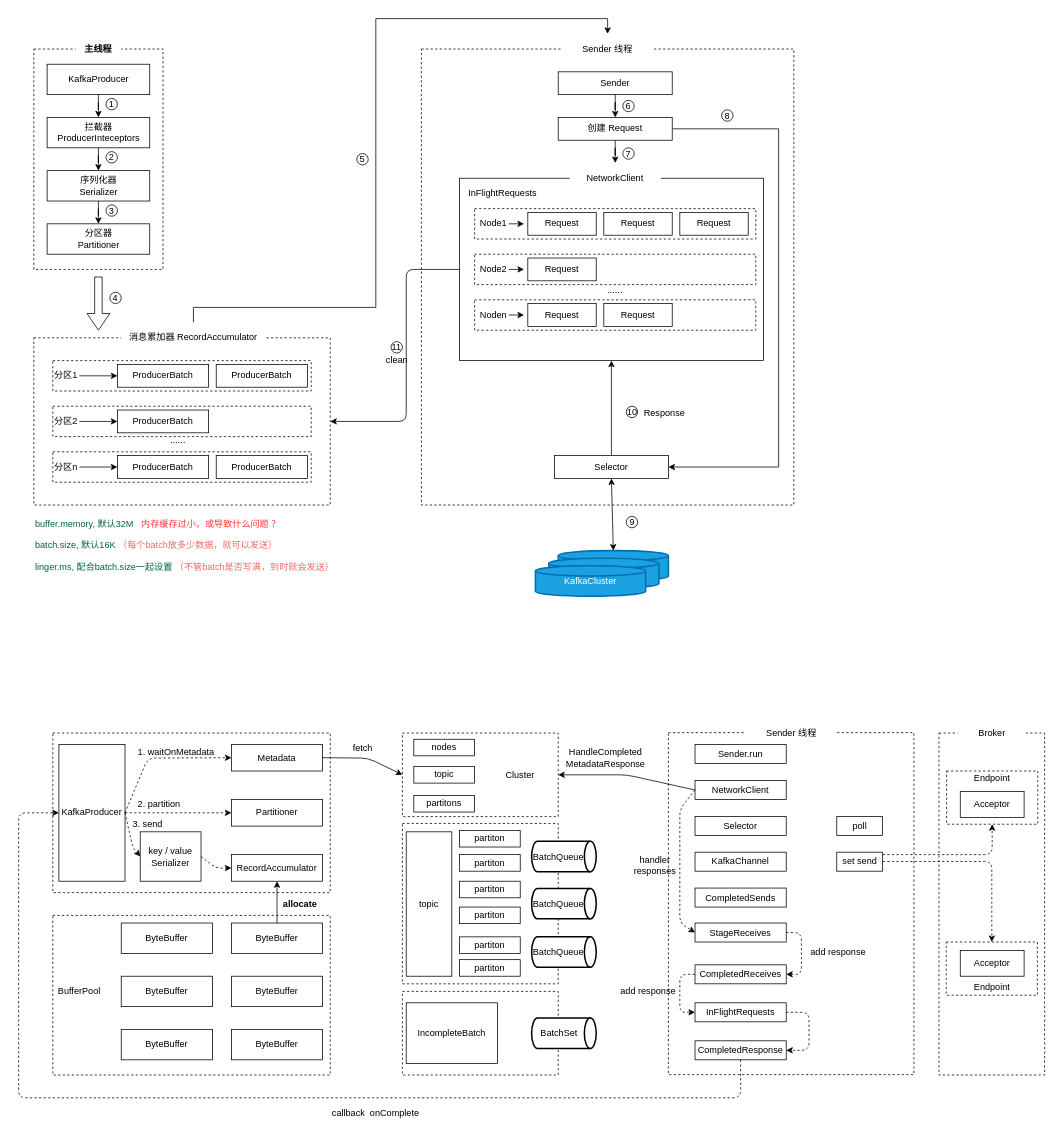
Above: kafka_producer.drawio in zhangyuanyin/bigdata_chars (draw.io), before the change. Source tidied: cells renumbered, new cells numbered last; positions are measured from the earlier drawing's top-left corner, leaving out a move shared by most shapes. Both pictures are drawn from the tidied source at 76%, with x=0, y=0 at pixel (18, 18).
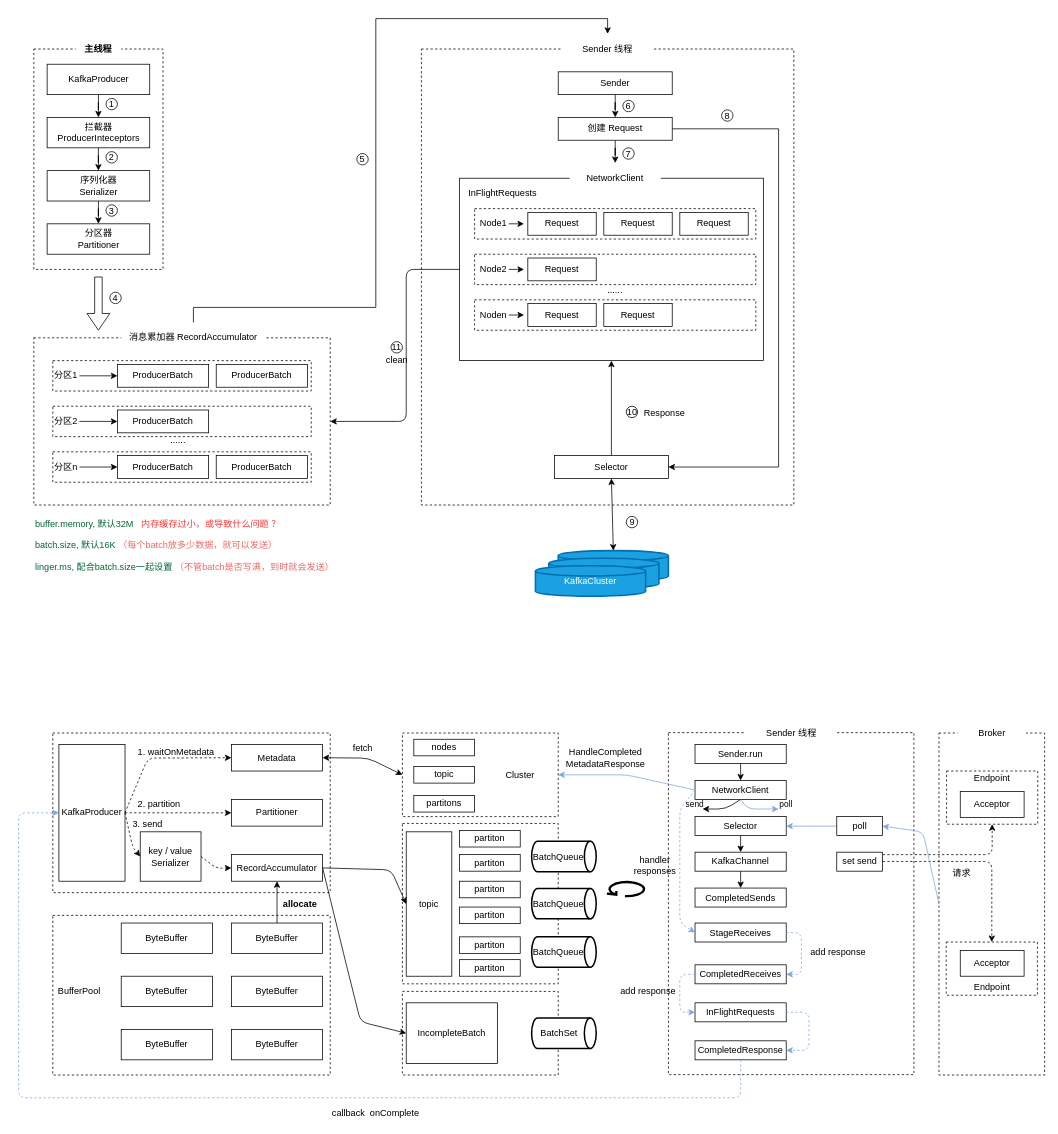
The same page after the edit.

Unchanged cells that the change refers to:
```xml
<mxCell id="79" style="rounded=0;whiteSpace=wrap;html=1;dashed=1;" parent="1" vertex="1">
  <mxGeometry x="505" y="940" width="205" height="110" as="geometry" />
</mxCell>
<mxCell id="83" style="rounded=0;whiteSpace=wrap;html=1;dashed=1;" parent="1" vertex="1">
  <mxGeometry x="1211" y="940" width="139" height="450" as="geometry" />
</mxCell>
<mxCell id="84" value="KafkaProducer" style="rounded=0;whiteSpace=wrap;html=1;" parent="1" vertex="1">
  <mxGeometry x="53" y="955" width="87" height="180" as="geometry" />
</mxCell>
<mxCell id="86" value="Metadata" style="rounded=0;whiteSpace=wrap;html=1;" parent="1" vertex="1">
  <mxGeometry x="280" y="955" width="120" height="35" as="geometry" />
</mxCell>
<mxCell id="88" value="RecordAccumulator" style="rounded=0;whiteSpace=wrap;html=1;" parent="1" vertex="1">
  <mxGeometry x="280" y="1100" width="120" height="35" as="geometry" />
</mxCell>
<mxCell id="109" value="topic" style="rounded=0;whiteSpace=wrap;html=1;" parent="1" vertex="1">
  <mxGeometry x="510" y="1070" width="60" height="190" as="geometry" />
</mxCell>
<mxCell id="119" value="IncompleteBatch" style="rounded=0;whiteSpace=wrap;html=1;" parent="1" vertex="1">
  <mxGeometry x="510" y="1295" width="120" height="80" as="geometry" />
</mxCell>
<mxCell id="122" value="Sender.run" style="rounded=0;whiteSpace=wrap;html=1;" parent="1" vertex="1">
  <mxGeometry x="890" y="955" width="120" height="25" as="geometry" />
</mxCell>
<mxCell id="123" value="NetworkClient" style="rounded=0;whiteSpace=wrap;html=1;" parent="1" vertex="1">
  <mxGeometry x="890" y="1002.5" width="120" height="25" as="geometry" />
</mxCell>
<mxCell id="124" value="Selector" style="rounded=0;whiteSpace=wrap;html=1;" parent="1" vertex="1">
  <mxGeometry x="890" y="1050" width="120" height="25" as="geometry" />
</mxCell>
<mxCell id="125" value="KafkaChannel" style="rounded=0;whiteSpace=wrap;html=1;" parent="1" vertex="1">
  <mxGeometry x="890" y="1096.8" width="120" height="25" as="geometry" />
</mxCell>
<mxCell id="126" value="CompletedSends" style="rounded=0;whiteSpace=wrap;html=1;" parent="1" vertex="1">
  <mxGeometry x="890" y="1144" width="120" height="25" as="geometry" />
</mxCell>
<mxCell id="127" value="StageReceives" style="rounded=0;whiteSpace=wrap;html=1;" parent="1" vertex="1">
  <mxGeometry x="890" y="1190" width="120" height="25" as="geometry" />
</mxCell>
<mxCell id="128" value="CompletedReceives" style="rounded=0;whiteSpace=wrap;html=1;" parent="1" vertex="1">
  <mxGeometry x="890" y="1245" width="120" height="25" as="geometry" />
</mxCell>
<mxCell id="129" value="InFlightRequests" style="rounded=0;whiteSpace=wrap;html=1;" parent="1" vertex="1">
  <mxGeometry x="890" y="1295" width="120" height="25" as="geometry" />
</mxCell>
<mxCell id="130" value="CompletedResponse" style="rounded=0;whiteSpace=wrap;html=1;" parent="1" vertex="1">
  <mxGeometry x="890" y="1345" width="120" height="25" as="geometry" />
</mxCell>
<mxCell id="131" value="poll" style="rounded=0;whiteSpace=wrap;html=1;" parent="1" vertex="1">
  <mxGeometry x="1076.5" y="1050" width="60" height="25" as="geometry" />
</mxCell>
```

Diff of the diagram source:
```diff
@@
+    <mxCell id="155" style="edgeStyle=orthogonalEdgeStyle;rounded=0;jettySize=auto;html=1;entryX=1;entryY=0.5;entryDx=0;entryDy=0;strokeColor=#7EA6E0;" parent="1" edge="1" source="131" target="124">
+      <mxGeometry relative="1" as="geometry" />
+    </mxCell>
@@
-    <mxCell id="140" style="endArrow=classic;html=1;exitX=1;exitY=0.5;exitDx=0;exitDy=0;entryX=0;entryY=0.5;entryDx=0;entryDy=0;" parent="1" edge="1" source="86" target="79">
-      <mxGeometry relative="1" as="geometry">
-        <Array as="points">
-          <mxPoint x="460" y="973" />
-        </Array>
-      </mxGeometry>
-    </mxCell>
@@
-    <mxCell id="142" style="endArrow=classic;html=1;exitX=0;exitY=0.5;exitDx=0;exitDy=0;entryX=1;entryY=0.5;entryDx=0;entryDy=0;" parent="1" edge="1" source="123" target="79">
+    <mxCell id="142" style="endArrow=classic;html=1;exitX=0;exitY=0.5;exitDx=0;exitDy=0;entryX=1;entryY=0.5;entryDx=0;entryDy=0;strokeColor=#7EA6E0;" parent="1" edge="1" source="123" target="79">
       <mxGeometry relative="1" as="geometry">
         <Array as="points">
           <mxPoint x="800" y="995" />
         </Array>
       </mxGeometry>
     </mxCell>
@@
-    <mxCell id="144" style="endArrow=classic;html=1;exitX=0;exitY=0.5;exitDx=0;exitDy=0;entryX=0;entryY=0.5;entryDx=0;entryDy=0;dashed=1;" parent="1" edge="1" source="123" target="127">
+    <mxCell id="144" style="endArrow=classic;html=1;exitX=0;exitY=0.5;exitDx=0;exitDy=0;entryX=0;entryY=0.5;entryDx=0;entryDy=0;dashed=1;strokeColor=#7EA6E0;" parent="1" edge="1" source="123" target="127">
       <mxGeometry relative="1" as="geometry">
         <Array as="points">
           <mxPoint x="870" y="1040" />
           <mxPoint x="870" y="1110" />
           <mxPoint x="870" y="1190" />
         </Array>
       </mxGeometry>
     </mxCell>
@@
-    <mxCell id="146" style="edgeStyle=elbowEdgeStyle;elbow=vertical;endArrow=classic;html=1;dashed=1;exitX=1;exitY=0.5;exitDx=0;exitDy=0;entryX=1;entryY=0.5;entryDx=0;entryDy=0;" parent="1" edge="1" source="127" target="128">
+    <mxCell id="146" style="edgeStyle=elbowEdgeStyle;elbow=vertical;endArrow=classic;html=1;dashed=1;exitX=1;exitY=0.5;exitDx=0;exitDy=0;entryX=1;entryY=0.5;entryDx=0;entryDy=0;strokeColor=#7EA6E0;" parent="1" edge="1" source="127" target="128">
       <mxGeometry relative="1" as="geometry">
         <Array as="points">
           <mxPoint x="1030" y="1230" />
         </Array>
       </mxGeometry>
     </mxCell>
@@
-    <mxCell id="148" style="edgeStyle=elbowEdgeStyle;elbow=vertical;endArrow=classic;html=1;dashed=1;exitX=0;exitY=0.5;exitDx=0;exitDy=0;entryX=0;entryY=0.5;entryDx=0;entryDy=0;" parent="1" edge="1" source="128" target="129">
+    <mxCell id="148" style="edgeStyle=elbowEdgeStyle;elbow=vertical;endArrow=classic;html=1;dashed=1;exitX=0;exitY=0.5;exitDx=0;exitDy=0;entryX=0;entryY=0.5;entryDx=0;entryDy=0;strokeColor=#7EA6E0;" parent="1" edge="1" source="128" target="129">
       <mxGeometry relative="1" as="geometry">
         <Array as="points">
           <mxPoint x="870" y="1333" />
         </Array>
       </mxGeometry>
     </mxCell>
@@
-    <mxCell id="150" style="edgeStyle=elbowEdgeStyle;elbow=vertical;endArrow=classic;html=1;dashed=1;exitX=1;exitY=0.5;exitDx=0;exitDy=0;entryX=1;entryY=0.5;entryDx=0;entryDy=0;" parent="1" edge="1" source="129" target="130">
+    <mxCell id="150" style="edgeStyle=elbowEdgeStyle;elbow=vertical;endArrow=classic;html=1;dashed=1;exitX=1;exitY=0.5;exitDx=0;exitDy=0;entryX=1;entryY=0.5;entryDx=0;entryDy=0;strokeColor=#7EA6E0;" parent="1" edge="1" source="129" target="130">
       <mxGeometry relative="1" as="geometry">
         <Array as="points">
           <mxPoint x="1040" y="1333" />
         </Array>
       </mxGeometry>
     </mxCell>
-    <mxCell id="151" style="endArrow=classic;html=1;dashed=1;exitX=0.5;exitY=1;exitDx=0;exitDy=0;entryX=0;entryY=0.5;entryDx=0;entryDy=0;" parent="1" edge="1" source="130" target="84">
+    <mxCell id="151" style="endArrow=classic;html=1;dashed=1;exitX=0.5;exitY=1;exitDx=0;exitDy=0;entryX=0;entryY=0.5;entryDx=0;entryDy=0;strokeColor=#7EA6E0;" parent="1" edge="1" source="130" target="84">
       <mxGeometry relative="1" as="geometry">
         <Array as="points">
           <mxPoint x="950" y="1420" />
           <mxPoint x="87" y="1420" />
           <mxPoint y="1420" />
           <mxPoint y="1045" />
         </Array>
       </mxGeometry>
     </mxCell>
@@
+    <mxCell id="156" value="请求" style="text;html=1;strokeColor=none;fillColor=none;align=center;verticalAlign=middle;whiteSpace=wrap;rounded=0;" parent="1" vertex="1">
+      <mxGeometry x="1221" y="1115" width="40" height="20" as="geometry" />
+    </mxCell>
+    <mxCell id="157" style="endArrow=classic;html=1;exitX=0;exitY=0.5;exitDx=0;exitDy=0;entryX=1;entryY=0.5;entryDx=0;entryDy=0;strokeColor=#7EA6E0;" parent="1" edge="1" source="83" target="131">
+      <mxGeometry relative="1" as="geometry">
+        <Array as="points">
+          <mxPoint x="1190" y="1070" />
+        </Array>
+      </mxGeometry>
+    </mxCell>
+    <mxCell id="158" style="endArrow=classic;html=1;exitX=1;exitY=0.5;exitDx=0;exitDy=0;entryX=0;entryY=0.5;entryDx=0;entryDy=0;" parent="1" edge="1" source="88" target="109">
+      <mxGeometry relative="1" as="geometry">
+        <Array as="points">
+          <mxPoint x="490" y="1120" />
+        </Array>
+      </mxGeometry>
+    </mxCell>
+    <mxCell id="159" style="endArrow=classic;html=1;strokeColor=#000000;exitX=1;exitY=0.5;exitDx=0;exitDy=0;entryX=0;entryY=0.5;entryDx=0;entryDy=0;" parent="1" edge="1" source="88" target="119">
+      <mxGeometry relative="1" as="geometry">
+        <Array as="points">
+          <mxPoint x="430" y="1240" />
+          <mxPoint x="450" y="1320" />
+        </Array>
+      </mxGeometry>
+    </mxCell>
+    <mxCell id="140" style="endArrow=classic;startArrow=classic;html=1;strokeColor=#000000;entryX=0;entryY=0.5;entryDx=0;entryDy=0;exitX=1;exitY=0.5;exitDx=0;exitDy=0;" parent="1" edge="1" source="86" target="79">
+      <mxGeometry relative="1" as="geometry">
+        <Array as="points">
+          <mxPoint x="460" y="973" />
+        </Array>
+      </mxGeometry>
+    </mxCell>
+    <mxCell id="160" style="endArrow=classic;html=1;strokeColor=#000000;exitX=0.5;exitY=1;exitDx=0;exitDy=0;entryX=0.5;entryY=0;entryDx=0;entryDy=0;" parent="1" edge="1" source="122" target="123">
+      <mxGeometry relative="1" as="geometry" />
+    </mxCell>
+    <mxCell id="161" style="endArrow=classic;html=1;strokeColor=#000000;exitX=0.5;exitY=1;exitDx=0;exitDy=0;entryX=0.5;entryY=0;entryDx=0;entryDy=0;" parent="1" edge="1" source="124" target="125">
+      <mxGeometry relative="1" as="geometry" />
+    </mxCell>
+    <mxCell id="162" style="endArrow=classic;html=1;strokeColor=#000000;exitX=0.5;exitY=1;exitDx=0;exitDy=0;" parent="1" edge="1" source="125" target="126">
+      <mxGeometry relative="1" as="geometry" />
+    </mxCell>
+    <mxCell id="163" style="endArrow=classic;html=1;strokeColor=#000000;exitX=0.5;exitY=1;exitDx=0;exitDy=0;" parent="1" edge="1" source="123">
+      <mxGeometry relative="1" as="geometry">
+        <mxPoint x="900" y="1040" as="targetPoint" />
+        <Array as="points">
+          <mxPoint x="930" y="1040" />
+        </Array>
+      </mxGeometry>
+    </mxCell>
+    <mxCell id="164" style="endArrow=classic;html=1;exitX=0.5;exitY=1;exitDx=0;exitDy=0;strokeColor=#7EA6E0;" parent="1" edge="1" source="123">
+      <mxGeometry relative="1" as="geometry">
+        <mxPoint x="1000" y="1040" as="targetPoint" />
+        <Array as="points">
+          <mxPoint x="960" y="1040" />
+        </Array>
+      </mxGeometry>
+    </mxCell>
+    <mxCell id="165" value="&lt;font style=&quot;font-size: 11px&quot;&gt;send&lt;/font&gt;" style="text;html=1;strokeColor=none;fillColor=none;align=center;verticalAlign=middle;whiteSpace=wrap;rounded=0;" parent="1" vertex="1">
+      <mxGeometry x="870" y="1024" width="40" height="20" as="geometry" />
+    </mxCell>
+    <mxCell id="166" value="&lt;font style=&quot;font-size: 11px&quot;&gt;poll&lt;/font&gt;" style="text;html=1;strokeColor=none;fillColor=none;align=center;verticalAlign=middle;whiteSpace=wrap;rounded=0;" parent="1" vertex="1">
+      <mxGeometry x="990" y="1024" width="40" height="20" as="geometry" />
+    </mxCell>
+    <mxCell id="167" style="shape=mxgraph.bpmn.loop;html=1;strokeWidth=3;" parent="1" vertex="1">
+      <mxGeometry x="774" y="1135" width="51" height="20" as="geometry" />
+    </mxCell>
```
